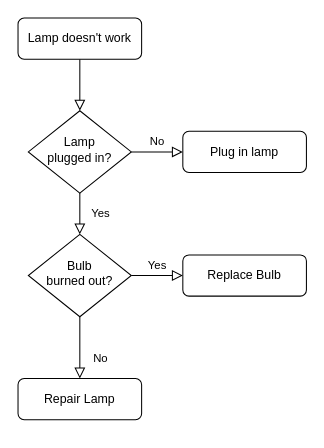
This is dotnetApp/zadacha1/Диаграмма без названия.drawio from Ilnaz-Khairulin/Praktika, a draw.io file, before an edit. Source tidied: cells renumbered, new cells numbered last; positions are measured from the earlier drawing's top-left corner, leaving out a move shared by most shapes. Both pictures are drawn from the tidied source at 103%, with x=0, y=0 at pixel (18, 18).
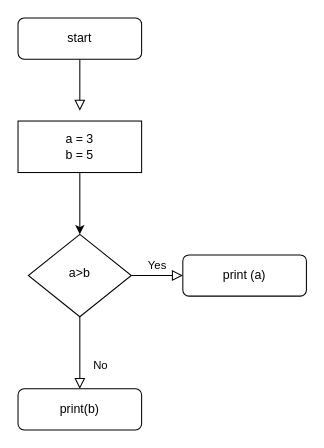
After the change.

What changed in the source:
```diff
@@
 <mxGraphModel>
   <root>
     <mxCell id="0" />
     <mxCell id="1" parent="0" />
-    <mxCell id="2" style="rounded=0;html=1;jettySize=auto;fontSize=11;endArrow=block;endFill=0;endSize=8;strokeWidth=1;shadow=0;labelBackgroundColor=none;edgeStyle=orthogonalEdgeStyle;" parent="1" edge="1" source="3" target="6">
-      <mxGeometry relative="1" as="geometry" />
+    <mxCell id="2" style="rounded=0;html=1;jettySize=auto;fontSize=11;endArrow=block;endFill=0;endSize=8;strokeWidth=1;shadow=0;labelBackgroundColor=none;edgeStyle=orthogonalEdgeStyle;" parent="1" edge="1" source="3">
+      <mxGeometry relative="1" as="geometry">
+        <mxPoint x="60" y="90" as="targetPoint" />
+      </mxGeometry>
     </mxCell>
-    <mxCell id="3" value="Lamp doesn't work" style="rounded=1;whiteSpace=wrap;html=1;fontSize=12;glass=0;strokeWidth=1;shadow=0;" parent="1" vertex="1">
+    <mxCell id="3" value="start" style="rounded=1;whiteSpace=wrap;html=1;fontSize=12;glass=0;strokeWidth=1;shadow=0;" parent="1" vertex="1">
       <mxGeometry width="120" height="40" as="geometry" />
     </mxCell>
-    <mxCell id="4" value="Yes" style="rounded=0;html=1;jettySize=auto;fontSize=11;endArrow=block;endFill=0;endSize=8;strokeWidth=1;shadow=0;labelBackgroundColor=none;edgeStyle=orthogonalEdgeStyle;" parent="1" edge="1" source="6" target="10">
-      <mxGeometry y="20" relative="1" as="geometry" />
-    </mxCell>
-    <mxCell id="5" value="No" style="edgeStyle=orthogonalEdgeStyle;rounded=0;html=1;jettySize=auto;fontSize=11;endArrow=block;endFill=0;endSize=8;strokeWidth=1;shadow=0;labelBackgroundColor=none;" parent="1" edge="1" source="6" target="7">
-      <mxGeometry y="10" relative="1" as="geometry" />
-    </mxCell>
-    <mxCell id="6" value="Lamp&lt;br&gt;plugged in?" style="rhombus;whiteSpace=wrap;html=1;shadow=0;fontFamily=Helvetica;fontSize=12;align=center;strokeWidth=1;spacing=6;spacingTop=-4;" parent="1" vertex="1">
-      <mxGeometry x="10" y="90" width="100" height="80" as="geometry" />
-    </mxCell>
-    <mxCell id="7" value="Plug in lamp" style="rounded=1;whiteSpace=wrap;html=1;fontSize=12;glass=0;strokeWidth=1;shadow=0;" parent="1" vertex="1">
-      <mxGeometry x="160" y="110" width="120" height="40" as="geometry" />
-    </mxCell>
     <mxCell id="8" value="No" style="rounded=0;html=1;jettySize=auto;fontSize=11;endArrow=block;endFill=0;endSize=8;strokeWidth=1;shadow=0;labelBackgroundColor=none;edgeStyle=orthogonalEdgeStyle;" parent="1" edge="1" source="10" target="11">
       <mxGeometry x="0.33" y="20" relative="1" as="geometry" />
     </mxCell>
     <mxCell id="9" value="Yes" style="edgeStyle=orthogonalEdgeStyle;rounded=0;html=1;jettySize=auto;fontSize=11;endArrow=block;endFill=0;endSize=8;strokeWidth=1;shadow=0;labelBackgroundColor=none;" parent="1" edge="1" source="10" target="12">
       <mxGeometry y="10" relative="1" as="geometry" />
     </mxCell>
-    <mxCell id="10" value="Bulb&lt;br&gt;burned out?" style="rhombus;whiteSpace=wrap;html=1;shadow=0;fontFamily=Helvetica;fontSize=12;align=center;strokeWidth=1;spacing=6;spacingTop=-4;" parent="1" vertex="1">
+    <mxCell id="10" value="a&amp;gt;b" style="rhombus;whiteSpace=wrap;html=1;shadow=0;fontFamily=Helvetica;fontSize=12;align=center;strokeWidth=1;spacing=6;spacingTop=-4;" parent="1" vertex="1">
       <mxGeometry x="10" y="210" width="100" height="80" as="geometry" />
     </mxCell>
-    <mxCell id="11" value="Repair Lamp" style="rounded=1;whiteSpace=wrap;html=1;fontSize=12;glass=0;strokeWidth=1;shadow=0;" parent="1" vertex="1">
-      <mxGeometry y="350" width="120" height="40" as="geometry" />
+    <mxCell id="11" value="print(b)" style="rounded=1;whiteSpace=wrap;html=1;fontSize=12;glass=0;strokeWidth=1;shadow=0;" parent="1" vertex="1">
+      <mxGeometry y="360" width="120" height="40" as="geometry" />
     </mxCell>
-    <mxCell id="12" value="Replace Bulb" style="rounded=1;whiteSpace=wrap;html=1;fontSize=12;glass=0;strokeWidth=1;shadow=0;" parent="1" vertex="1">
+    <mxCell id="12" value="print (a)" style="rounded=1;whiteSpace=wrap;html=1;fontSize=12;glass=0;strokeWidth=1;shadow=0;" parent="1" vertex="1">
       <mxGeometry x="160" y="230" width="120" height="40" as="geometry" />
     </mxCell>
+    <mxCell id="13" style="edgeStyle=orthogonalEdgeStyle;rounded=0;jettySize=auto;html=1;" parent="1" edge="1" source="14" target="10">
+      <mxGeometry relative="1" as="geometry" />
+    </mxCell>
+    <mxCell id="14" value="a = 3&lt;br&gt;b = 5" style="rounded=0;whiteSpace=wrap;html=1;" parent="1" vertex="1">
+      <mxGeometry y="100" width="120" height="50" as="geometry" />
+    </mxCell>
   </root>
 </mxGraphModel>
```
